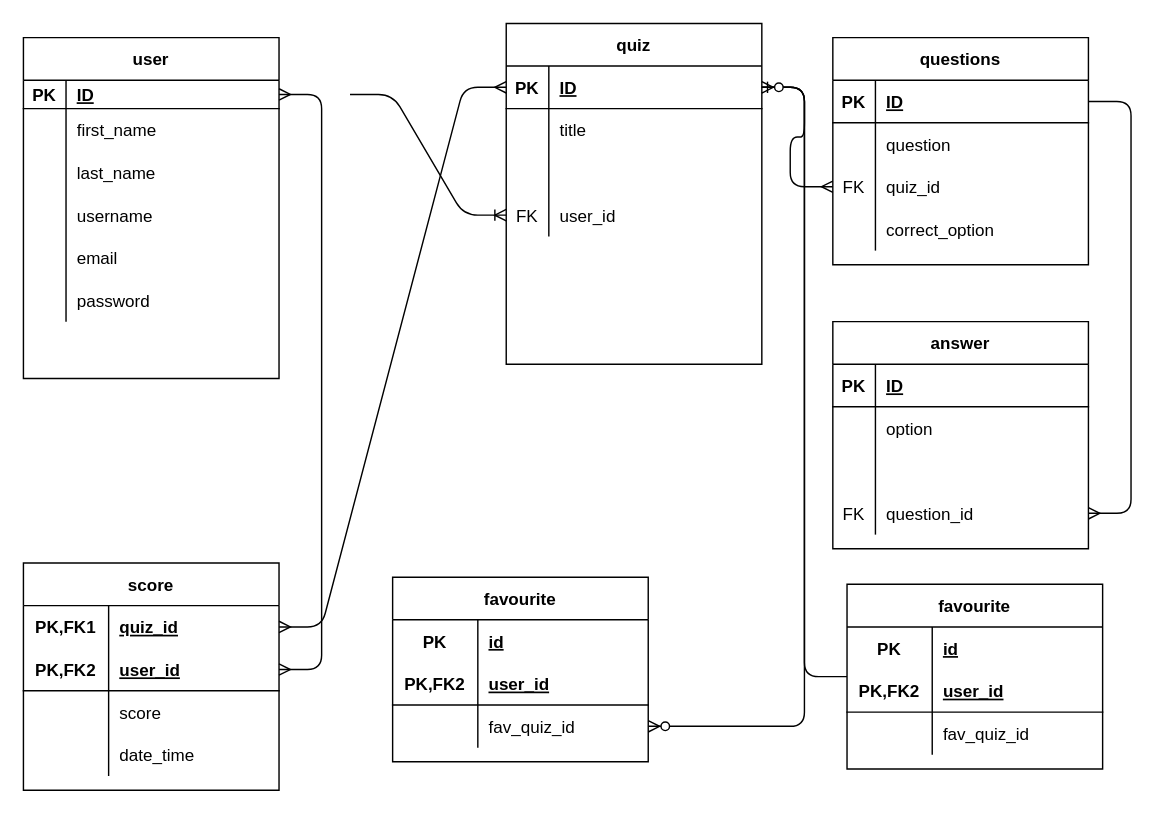
Above: page "DB structure" (6 of 7) of User Flow.drawio in Etipriya/tri-via-hub (draw.io), before the change. Source tidied: cells renumbered, new cells numbered last; positions are measured from the earlier drawing's top-left corner, leaving out a move shared by most shapes. Both pictures are drawn from the tidied source at 142%, with x=0, y=0 at pixel (23, 23).
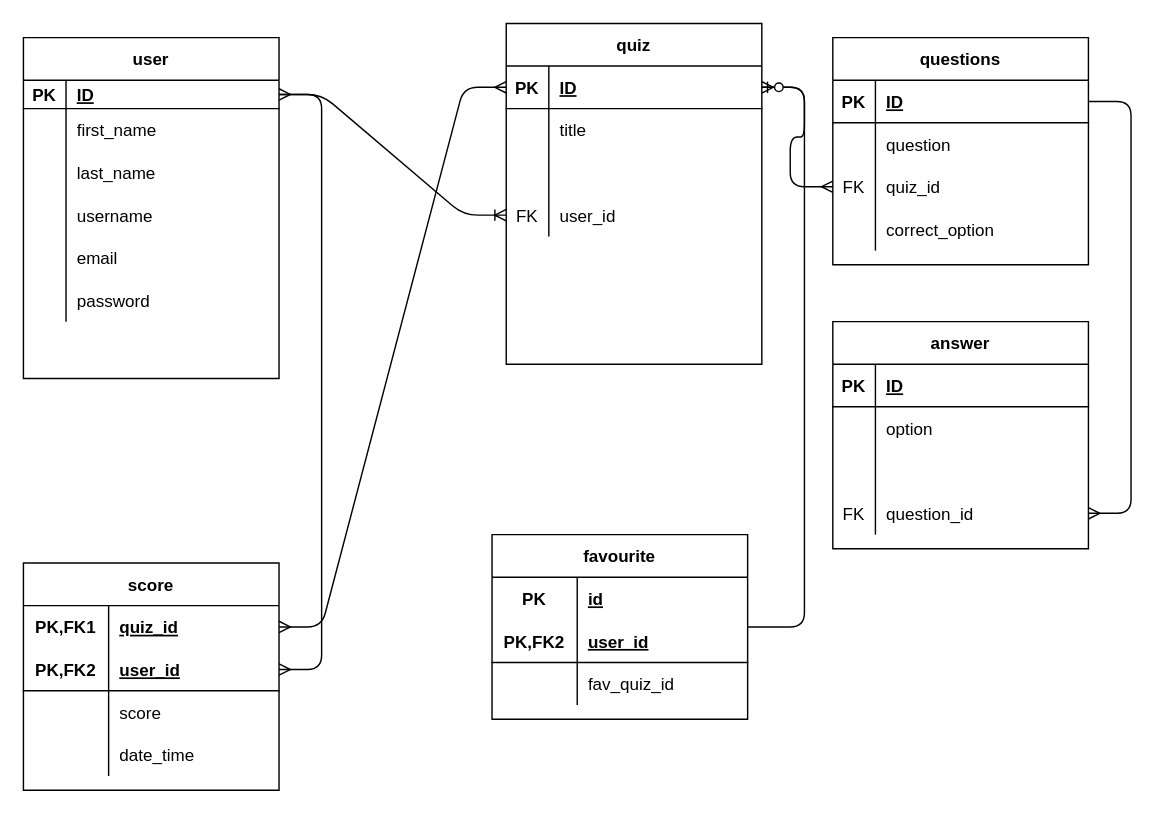
Above is the later version.

The change refers to these unchanged cells:
```xml
<mxCell id="22" style="shape=partialRectangle;fillColor=none;top=0;left=0;bottom=1;right=0;points=[[0,0.5],[1,0.5]];portConstraint=eastwest;" parent="21" vertex="1">
  <mxGeometry y="30" width="180" height="30" as="geometry" />
</mxCell>
<mxCell id="31" style="shape=partialRectangle;fillColor=none;top=0;left=0;bottom=0;right=0;points=[[0,0.5],[1,0.5]];portConstraint=eastwest;" parent="21" vertex="1">
  <mxGeometry y="120" width="180" height="30" as="geometry" />
</mxCell>
```

The edit, as a diff of the source:
```diff
@@
     <mxCell id="73" style="edgeStyle=entityRelationEdgeStyle;fontSize=12;html=1;endArrow=ERoneToMany;" parent="1" edge="1" target="31">
       <mxGeometry relative="1" as="geometry">
-        <mxPoint x="230" y="50" as="sourcePoint" />
+        <mxPoint x="180" y="50" as="sourcePoint" />
       </mxGeometry>
     </mxCell>
@@
-    <mxCell id="78" value="favourite" style="shape=table;startSize=30;childLayout=tableLayout;rowLines=0;fontStyle=1;align=center;" parent="1" vertex="1">
-      <mxGeometry x="260" y="390" width="180" height="130" as="geometry" />
-    </mxCell>
-    <mxCell id="79" style="shape=partialRectangle;fillColor=none;top=0;left=0;bottom=0;right=0;" parent="78" vertex="1">
-      <mxGeometry y="30" width="180" height="30" as="geometry" />
-    </mxCell>
-    <mxCell id="80" value="PK" style="shape=partialRectangle;fillColor=none;top=0;left=0;bottom=0;right=0;fontStyle=1;overflow=hidden;" parent="79" vertex="1">
-      <mxGeometry width="60" height="30" as="geometry" />
-    </mxCell>
-    <mxCell id="81" value="id" style="shape=partialRectangle;fillColor=none;top=0;left=0;bottom=0;right=0;align=left;spacingLeft=6;fontStyle=5;overflow=hidden;" parent="79" vertex="1">
-      <mxGeometry x="60" width="120" height="30" as="geometry" />
-    </mxCell>
-    <mxCell id="82" style="shape=partialRectangle;fillColor=none;top=0;left=0;bottom=1;right=0;" parent="78" vertex="1">
-      <mxGeometry y="60" width="180" height="30" as="geometry" />
-    </mxCell>
-    <mxCell id="83" value="PK,FK2" style="shape=partialRectangle;fillColor=none;top=0;left=0;bottom=0;right=0;fontStyle=1;overflow=hidden;" parent="82" vertex="1">
-      <mxGeometry width="60" height="30" as="geometry" />
-    </mxCell>
-    <mxCell id="84" value="user_id" style="shape=partialRectangle;fillColor=none;top=0;left=0;bottom=0;right=0;align=left;spacingLeft=6;fontStyle=5;overflow=hidden;" parent="82" vertex="1">
-      <mxGeometry x="60" width="120" height="30" as="geometry" />
-    </mxCell>
-    <mxCell id="85" style="shape=partialRectangle;fillColor=none;top=0;left=0;bottom=0;right=0;points=[[0,0.5],[1,0.5]];portConstraint=eastwest;" parent="78" vertex="1">
-      <mxGeometry y="90" width="180" height="30" as="geometry" />
-    </mxCell>
-    <mxCell id="86" style="shape=partialRectangle;fillColor=none;top=0;left=0;bottom=0;right=0;overflow=hidden;" parent="85" vertex="1">
-      <mxGeometry width="60" height="30" as="geometry" />
-    </mxCell>
-    <mxCell id="87" value="fav_quiz_id" style="shape=partialRectangle;fillColor=none;top=0;left=0;bottom=0;right=0;align=left;spacingLeft=6;overflow=hidden;" parent="85" vertex="1">
-      <mxGeometry x="60" width="120" height="30" as="geometry" />
-    </mxCell>
-    <mxCell id="88" style="edgeStyle=entityRelationEdgeStyle;fontSize=12;html=1;endArrow=ERzeroToMany;startArrow=none;" parent="1" edge="1" source="22" target="85">
-      <mxGeometry relative="1" as="geometry" />
-    </mxCell>
     <mxCell id="89" value="favourite" style="shape=table;startSize=30;childLayout=tableLayout;rowLines=0;fontStyle=1;align=center;" parent="1" vertex="1">
-      <mxGeometry x="580" y="395" width="180" height="130" as="geometry" />
+      <mxGeometry x="330" y="360" width="180" height="130" as="geometry" />
     </mxCell>
```
